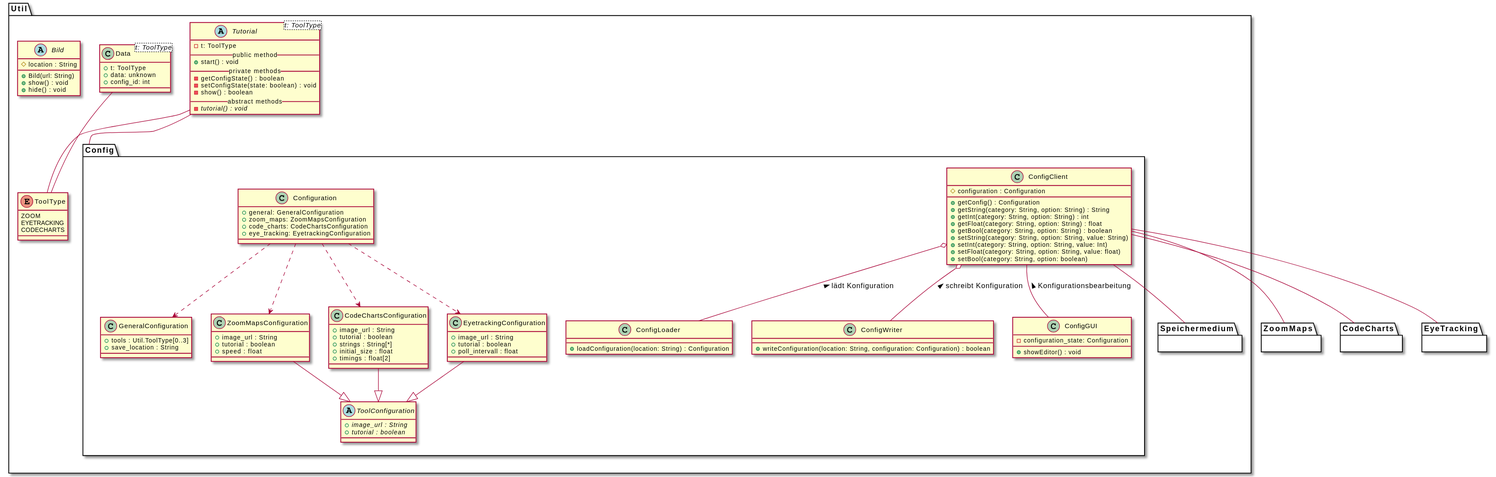
This is uml-class/util/util.svg from weichware-10/dokumente, a PlantUML export, as it was before one commit.
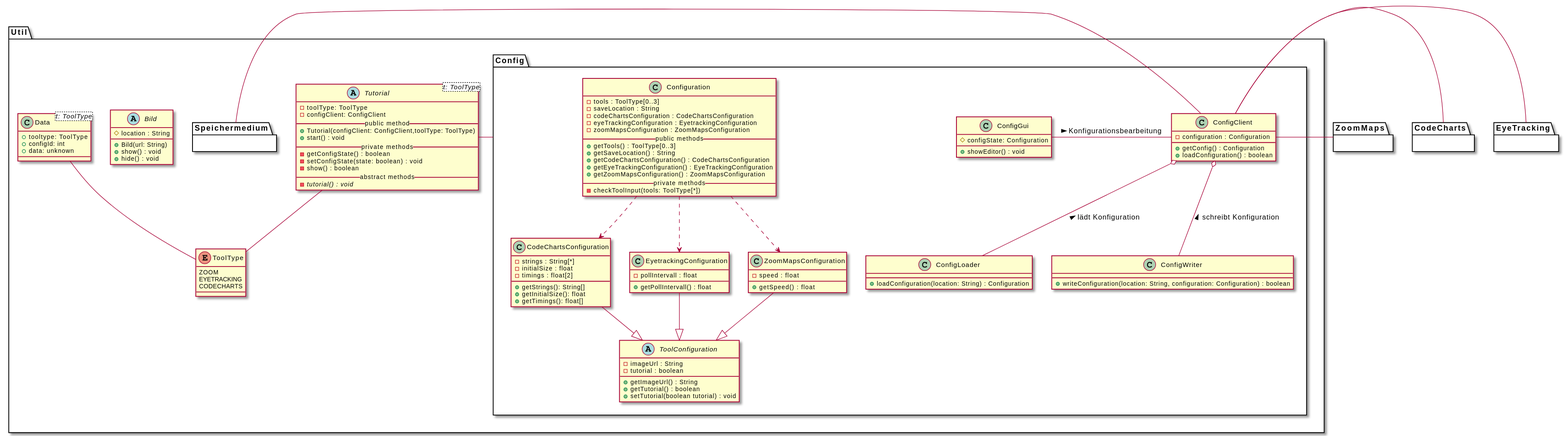
Later version of the same file.

Commit message:
rendered SVGs

Diff of the diagram source:
```diff
@@ -5,8 +5,10 @@
 
 package Util {
     abstract Tutorial<t: ToolType> {
-      - t: ToolType
+      - toolType: ToolType
+      - configClient: ConfigClient
       __public method__
+      + Tutorial(configClient: ConfigClient,toolType: ToolType)
       + start() : void
       __private methods__
       - getConfigState() : boolean
@@ -22,11 +24,6 @@
         CODECHARTS
     }
 
-    Tutorial -- ToolType
-    Data -- ToolType
-    Tutorial -- Config
-
-
 
     abstract Bild {
         # location : String
@@ -36,78 +33,73 @@
     }
 
     class Data<t: ToolType> {
-        + t: ToolType
+        + tooltype: ToolType
+        + configId: int
         + data: unknown
-        + config_id: int
     }
 
     package Config {
         class ConfigClient {
-            # configuration : Configuration
+            - configuration : Configuration
             + getConfig() : Configuration
-            + getString(category: String, option: String) : String
-            + getInt(category: String, option: String) : int
-            + getFloat(category: String, option: String) : float
-            + getBool(category: String, option: String) : boolean
-            + setString(category: String, option: String, value: String)
-            + setInt(category: String, option: String, value: Int)
-            + setFloat(category: String, option: String, value: float)
-            + setBool(category: String, option: boolean)
+            + loadConfiguration() : boolean
         }
-
         class ConfigLoader {
             + loadConfiguration(location: String) : Configuration
         }
-
         class ConfigWriter {
             + writeConfiguration(location: String, configuration: Configuration) : boolean
         }
-
-        class ConfigGUI {
-            - configuration_state: Configuration
+        class ConfigGui {
+            # configState: Configuration
             + showEditor() : void
         }
-
         class Configuration {
-            + general: GeneralConfiguration
-            + zoom_maps: ZoomMapsConfiguration
-            + code_charts: CodeChartsConfiguration
-            + eye_tracking: EyetrackingConfiguration
+            - tools : ToolType[0..3]
+            - saveLocation : String
+            - codeChartsConfiguration : CodeChartsConfiguration
+            - eyeTrackingConfiguration : EyetrackingConfiguration
+            - zoomMapsConfiguration : ZoomMapsConfiguration
+            __public methods__
+            + getTools() : ToolType[0..3]
+            + getSaveLocation() : String
+            + getCodeChartsConfiguration() : CodeChartsConfiguration
+            + getEyeTrackingConfiguration() : EyeTrackingConfiguration
+            + getZoomMapsConfiguration() : ZoomMapsConfiguration
+            __private methods__
+            - checkToolInput(tools: ToolType[*])
         }
-        class GeneralConfiguration {
-            + tools : Util.ToolType[0..3]
-            + save_location : String
+        class CodeChartsConfiguration {
+            - strings : String[*]
+            - initialSize : float
+            - timings : float[2]
+            + getStrings(): String[]
+            + getInitialSize(): float
+            + getTimings(): float[]
+        }
+        class EyetrackingConfiguration {
+            - pollIntervall : float
+            + getPollIntervall() : float
         }
         class ZoomMapsConfiguration {
-            + image_url : String
-            + tutorial : boolean
-            + speed : float
-        }
-        class CodeChartsConfiguration {
-            + image_url : String
-            + tutorial : boolean
-            + strings : String[*]
-            + initial_size : float
-            + timings : float[2]
-        }
-        class EyetrackingConfiguration {
-            + image_url : String
-            + tutorial : boolean
-            + poll_intervall : float
+            - speed : float
+            + getSpeed() : float
         }
         abstract ToolConfiguration {
-            + {abstract} image_url : String
-            + {abstract} tutorial : boolean
+            - imageUrl : String
+            - tutorial : boolean
+            + getImageUrl() : String
+            + getTutorial() : boolean
+            + setTutorial(boolean tutorial) : void
         }
 
 
-        ConfigClient o-- ConfigLoader : < lädt Konfiguration
+        ConfigClient o-d- ConfigLoader : < lädt Konfiguration
 
-        ConfigClient o-- ConfigWriter : < schreibt Konfiguration
+        ConfigClient o-d- ConfigWriter : < schreibt Konfiguration
 
-        ConfigClient -- ConfigGUI : < Konfigurationsbearbeitung
+        ConfigClient -l- ConfigGui : < Konfigurationsbearbeitung
 
-        Configuration ..> GeneralConfiguration
         Configuration ..> ZoomMapsConfiguration
         Configuration ..> CodeChartsConfiguration
         Configuration ..> EyetrackingConfiguration
@@ -116,12 +108,16 @@
         CodeChartsConfiguration --|> ToolConfiguration
         EyetrackingConfiguration --|> ToolConfiguration
     }
-    ConfigClient -- ZoomMaps
-    ConfigClient -- CodeCharts
-    ConfigClient -- EyeTracking
-    ConfigClient -- Speichermedium
 
     package Speichermedium {}
 
+    Tutorial -- ToolType
+    Data -- ToolType
+    Tutorial -r- Config
+    ConfigClient -r- Speichermedium
+
 }
+ConfigClient -r- ZoomMaps
+ConfigClient -r- CodeCharts
+ConfigClient -r- EyeTracking
 @enduml
```
